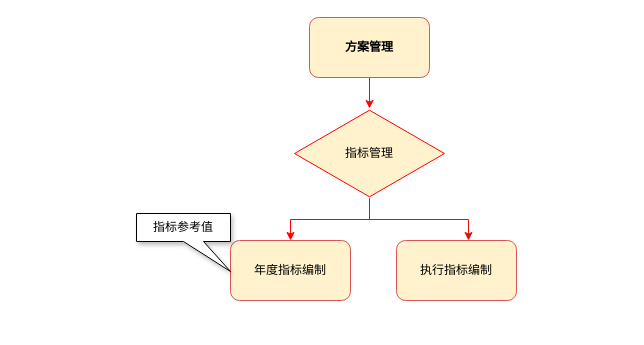
The draw.io diagram 资源调控.drawio in jetluo/jetluo.github.io, before the edit. Source tidied: cells renumbered, new cells numbered last; positions are measured from the earlier drawing's top-left corner, leaving out a move shared by most shapes. Both pictures are drawn from the tidied source at 100%, with x=0, y=0 at pixel (136, 17).
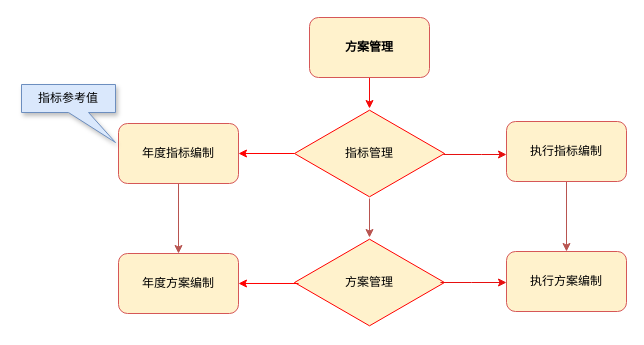
Above is the later version.

Commit message:
更新资源调控.drawio

The change refers to these unchanged cells:
```xml
<mxCell id="6" value="指标管理" style="html=1;whiteSpace=wrap;shape=isoRectangle;fillColor=#fff2cc;strokeColor=#FF0000;" parent="1" vertex="1">
  <mxGeometry x="158" y="91" width="150" height="90" as="geometry" />
</mxCell>
```

Change to the diagram source:
```diff
@@
-    <mxCell id="4" style="edgeStyle=orthogonalEdgeStyle;rounded=0;jettySize=auto;html=1;strokeColor=light-dark(#e60f0f, #ededed);" parent="1" edge="1" source="6" target="8">
+    <mxCell id="4" style="edgeStyle=orthogonalEdgeStyle;rounded=0;jettySize=auto;html=1;strokeColor=light-dark(#e60f0f, #ededed);exitX=0.993;exitY=0.511;exitDx=0;exitDy=0;exitPerimeter=0;" parent="1" edge="1" source="6" target="8">
       <mxGeometry relative="1" as="geometry">
         <Array as="points">
-          <mxPoint x="233" y="202" />
-          <mxPoint x="332" y="202" />
+          <mxPoint x="345" y="137" />
+          <mxPoint x="345" y="137" />
         </Array>
       </mxGeometry>
     </mxCell>
@@
+    <mxCell id="10" style="edgeStyle=orthogonalEdgeStyle;rounded=0;jettySize=auto;html=1;fillColor=#f8cecc;strokeColor=#b85450;" parent="1" edge="1" source="6" target="13">
+      <mxGeometry relative="1" as="geometry" />
+    </mxCell>
@@
+    <mxCell id="11" style="edgeStyle=orthogonalEdgeStyle;rounded=0;jettySize=auto;html=1;fillColor=#f8cecc;strokeColor=#b85450;" parent="1" edge="1" source="7" target="16">
+      <mxGeometry relative="1" as="geometry" />
+    </mxCell>
     <mxCell id="7" value="年度指标编制" style="rounded=1;whiteSpace=wrap;html=1;fillColor=#fff2cc;strokeColor=light-dark(#d65757, #6d5100);" parent="1" vertex="1">
-      <mxGeometry x="94" y="223" width="120" height="60" as="geometry" />
+      <mxGeometry x="-18" y="106" width="120" height="60" as="geometry" />
     </mxCell>
+    <mxCell id="12" style="edgeStyle=orthogonalEdgeStyle;rounded=0;jettySize=auto;html=1;fillColor=#f8cecc;strokeColor=#b85450;" parent="1" edge="1" source="8" target="17">
+      <mxGeometry relative="1" as="geometry" />
+    </mxCell>
     <mxCell id="8" value="执行指标编制" style="rounded=1;whiteSpace=wrap;html=1;fillColor=#fff2cc;strokeColor=light-dark(#d65757, #6d5100);" parent="1" vertex="1">
-      <mxGeometry x="260" y="223" width="120" height="60" as="geometry" />
+      <mxGeometry x="370" y="104" width="120" height="60" as="geometry" />
     </mxCell>
-    <mxCell id="9" value="指标参考值" style="shape=callout;whiteSpace=wrap;html=1;perimeter=calloutPerimeter;position2=1;shadow=1;" parent="1" vertex="1">
-      <mxGeometry y="196" width="94" height="58" as="geometry" />
+    <mxCell id="9" value="指标参考值" style="shape=callout;whiteSpace=wrap;html=1;perimeter=calloutPerimeter;position2=1;shadow=1;fillColor=#dae8fc;strokeColor=#6c8ebf;" parent="1" vertex="1">
+      <mxGeometry x="-115" y="67" width="94" height="58" as="geometry" />
     </mxCell>
+    <mxCell id="13" value="方案管理" style="html=1;whiteSpace=wrap;shape=isoRectangle;fillColor=#fff2cc;strokeColor=#FF0000;" parent="1" vertex="1">
+      <mxGeometry x="158" y="220" width="150" height="90" as="geometry" />
+    </mxCell>
+    <mxCell id="14" style="edgeStyle=orthogonalEdgeStyle;rounded=0;jettySize=auto;html=1;strokeColor=light-dark(#e60f0f, #ededed);exitX=0.973;exitY=0.5;exitDx=0;exitDy=0;exitPerimeter=0;" parent="1" edge="1" source="13" target="17">
+      <mxGeometry relative="1" as="geometry">
+        <Array as="points">
+          <mxPoint x="335" y="265" />
+          <mxPoint x="335" y="265" />
+        </Array>
+      </mxGeometry>
+    </mxCell>
+    <mxCell id="15" style="edgeStyle=orthogonalEdgeStyle;rounded=0;jettySize=auto;html=1;strokeColor=#FF0000;exitX=0.027;exitY=0.511;exitDx=0;exitDy=0;exitPerimeter=0;" parent="1" edge="1" source="13" target="16">
+      <mxGeometry relative="1" as="geometry" />
+    </mxCell>
+    <mxCell id="16" value="年度方案编制" style="rounded=1;whiteSpace=wrap;html=1;fillColor=#fff2cc;strokeColor=light-dark(#d65757, #6d5100);" parent="1" vertex="1">
+      <mxGeometry x="-18" y="236" width="120" height="60" as="geometry" />
+    </mxCell>
+    <mxCell id="17" value="执行方案编制" style="rounded=1;whiteSpace=wrap;html=1;fillColor=#fff2cc;strokeColor=light-dark(#d65757, #6d5100);" parent="1" vertex="1">
+      <mxGeometry x="370" y="234" width="120" height="60" as="geometry" />
+    </mxCell>
```
